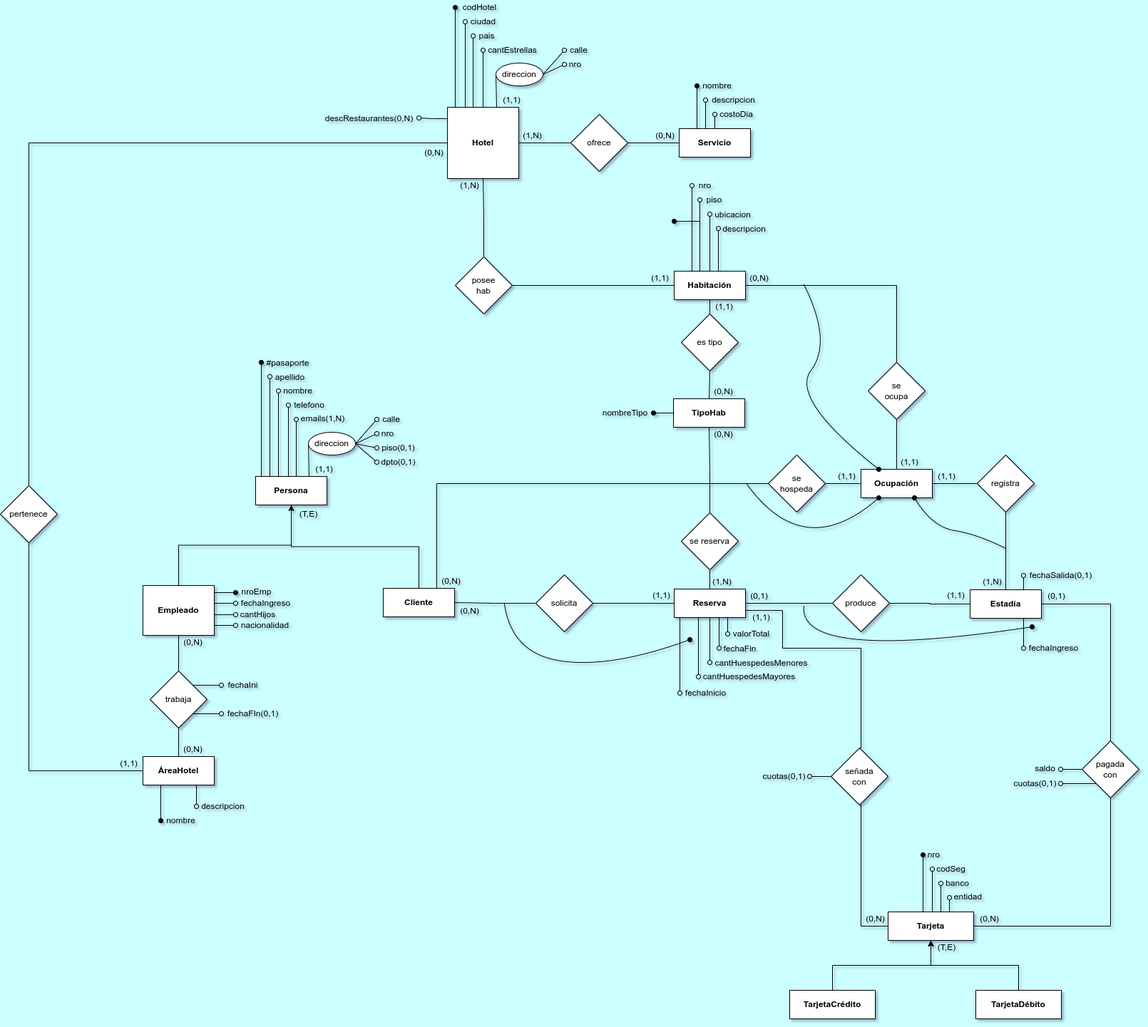
sergiocld99/unlp-tramo-final keeps this draw.io diagram as BD/BD - Práctica 1 - Ej 6.drawio.png. Above is the earlier version. Source tidied: cells renumbered, new cells last; positions are measured from the earlier drawing's top-left corner, leaving out a move shared by most shapes.
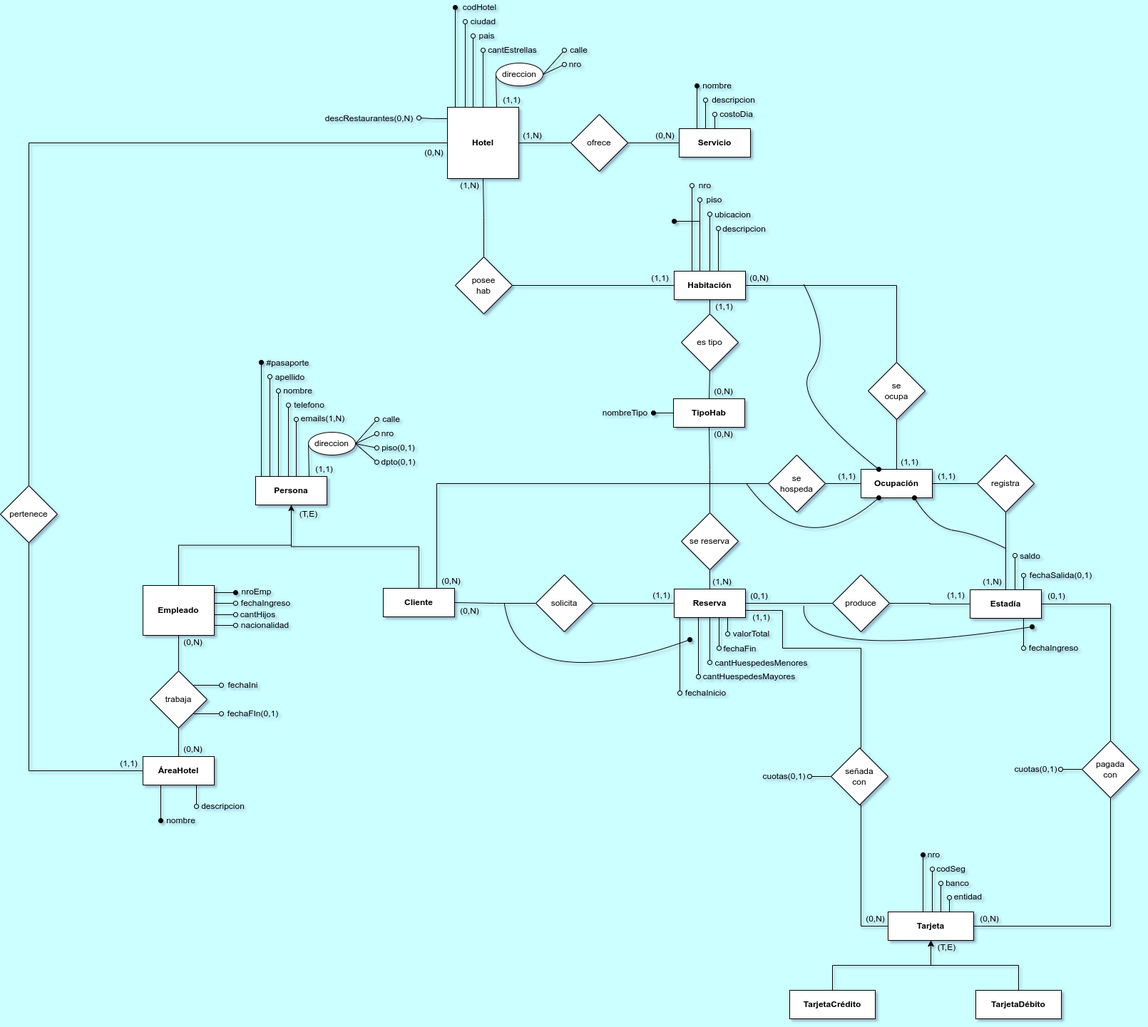
The same file after the commit.

Commit message:
saldo de la triple entente

Change to the diagram source:
```diff
@@ -310,6 +310,12 @@
         </Array>
       </mxGeometry>
     </mxCell>
+    <mxCell id="191" style="edgeStyle=orthogonalEdgeStyle;rounded=0;orthogonalLoop=1;jettySize=auto;html=1;exitX=0.75;exitY=0;exitDx=0;exitDy=0;startArrow=none;startFill=0;endArrow=oval;endFill=0;" parent="1" edge="1">
+      <mxGeometry relative="1" as="geometry">
+        <mxPoint x="1423" y="827" as="sourcePoint" />
+        <mxPoint x="1423" y="779" as="targetPoint" />
+      </mxGeometry>
+    </mxCell>
     <mxCell id="79" value="Estadía" style="rounded=0;whiteSpace=wrap;html=1;fontStyle=1;" parent="1" vertex="1">
       <mxGeometry x="1360" y="827" width="100" height="40" as="geometry" />
     </mxCell>
@@ -342,16 +348,11 @@
     <mxCell id="88" style="edgeStyle=orthogonalEdgeStyle;rounded=0;jettySize=auto;html=1;exitX=0.5;exitY=1;exitDx=0;exitDy=0;entryX=1;entryY=0.5;entryDx=0;entryDy=0;endArrow=none;endFill=0;" parent="1" edge="1" source="90" target="163">
       <mxGeometry relative="1" as="geometry" />
     </mxCell>
-    <mxCell id="89" style="edgeStyle=orthogonalEdgeStyle;rounded=0;jettySize=auto;html=1;exitX=0;exitY=1;exitDx=0;exitDy=0;endArrow=oval;endFill=0;" parent="1" edge="1" source="90">
-      <mxGeometry relative="1" as="geometry">
-        <mxPoint x="1487" y="1099" as="targetPoint" />
-      </mxGeometry>
-    </mxCell>
     <mxCell id="90" value="pagada&lt;br&gt;con" style="rhombus;whiteSpace=wrap;html=1;" parent="1" vertex="1">
       <mxGeometry x="1517" y="1039" width="80" height="80" as="geometry" />
     </mxCell>
-    <mxCell id="91" value="saldo" style="text;html=1;align=center;verticalAlign=middle;strokeColor=none;fillColor=none;" parent="1" vertex="1">
-      <mxGeometry x="1445" y="1068" width="40" height="20" as="geometry" />
+    <mxCell id="91" value="cuotas(0,1)" style="text;html=1;align=center;verticalAlign=middle;strokeColor=none;fillColor=none;" parent="1" vertex="1">
+      <mxGeometry x="1412" y="1069" width="80" height="20" as="geometry" />
     </mxCell>
     <mxCell id="92" style="edgeStyle=orthogonalEdgeStyle;rounded=0;jettySize=auto;html=1;exitX=0.75;exitY=1;exitDx=0;exitDy=0;endArrow=oval;endFill=0;" parent="1" edge="1" source="98">
       <mxGeometry relative="1" as="geometry">
@@ -609,9 +610,6 @@
     <mxCell id="155" value="cuotas(0,1)" style="text;html=1;align=center;verticalAlign=middle;strokeColor=none;fillColor=none;" parent="1" vertex="1">
       <mxGeometry x="1059" y="1079" width="80" height="20" as="geometry" />
     </mxCell>
-    <mxCell id="156" value="cuotas(0,1)" style="text;html=1;align=center;verticalAlign=middle;strokeColor=none;fillColor=none;" parent="1" vertex="1">
-      <mxGeometry x="1411" y="1089" width="80" height="20" as="geometry" />
-    </mxCell>
     <mxCell id="157" value="(1,1)" style="text;html=1;align=center;verticalAlign=middle;strokeColor=none;fillColor=none;" parent="1" vertex="1">
       <mxGeometry x="160" y="1061" width="40" height="20" as="geometry" />
     </mxCell>
@@ -746,5 +744,8 @@
         </Array>
       </mxGeometry>
     </mxCell>
+    <mxCell id="192" value="saldo" style="text;html=1;align=center;verticalAlign=middle;strokeColor=none;fillColor=none;" parent="1" vertex="1">
+      <mxGeometry x="1424" y="770" width="40" height="20" as="geometry" />
+    </mxCell>
   </root>
 </mxGraphModel>
```
